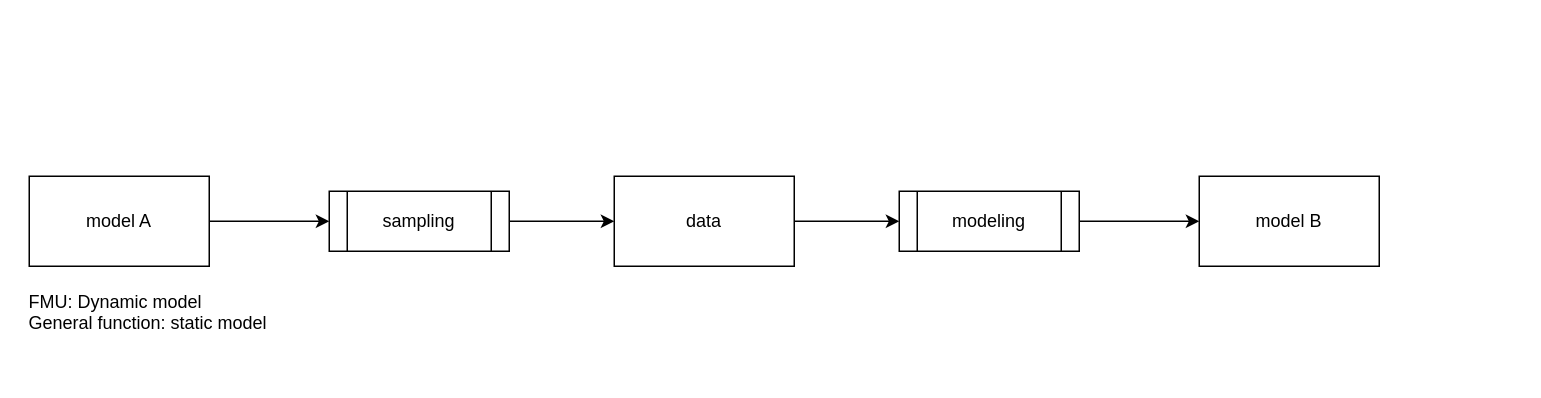
This is page "yingzi-reducer" (2 of 2) of digitaltwin.drawio from zhangjinyiyi/SmallTest, a draw.io file, before an edit. Source tidied: cells renumbered, new cells numbered last; positions are measured from the earlier drawing's top-left corner, leaving out a move shared by most shapes. Both pictures are drawn from the tidied source at 150%, with x=0, y=0 at pixel (26, 176).
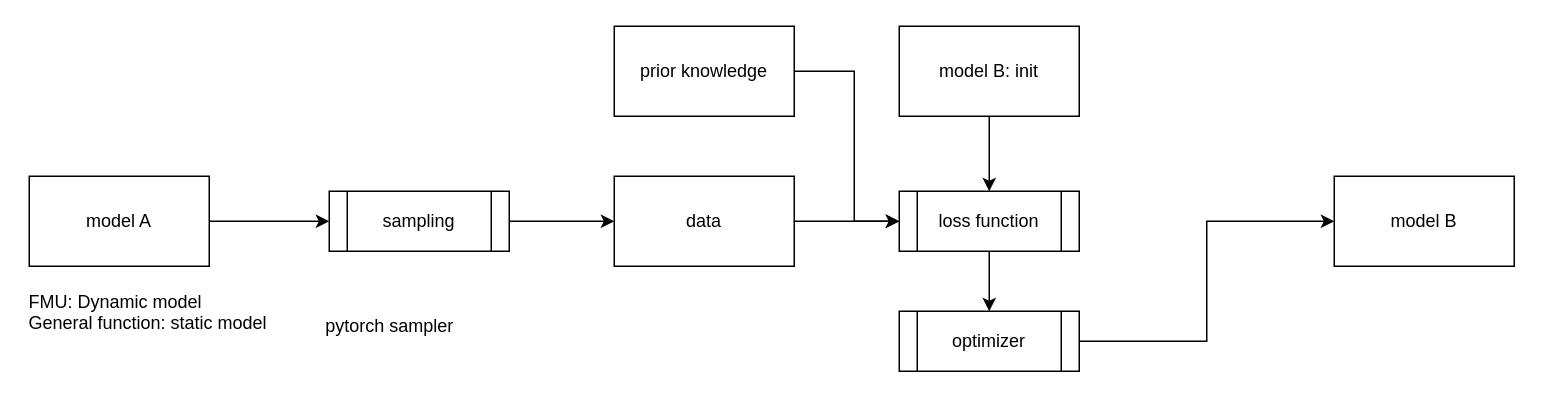
The same page after the edit.

Unchanged cells that the change refers to:
```xml
<mxCell id="5" value="data" style="rounded=0;whiteSpace=wrap;html=1;labelBackgroundColor=#FFFFFF;fontSize=12;fontColor=#000000;" parent="1" vertex="1">
  <mxGeometry x="392" width="120" height="60" as="geometry" />
</mxCell>
```

Diff of the diagram source:
```diff
@@
-    <mxCell id="4" style="edgeStyle=orthogonalEdgeStyle;rounded=0;jettySize=auto;html=1;fontSize=12;fontColor=#000000;elbow=vertical;" parent="1" edge="1" source="5" target="10">
+    <mxCell id="4" style="edgeStyle=orthogonalEdgeStyle;rounded=0;jettySize=auto;html=1;entryX=0;entryY=0.5;entryDx=0;entryDy=0;fontSize=12;fontColor=#000000;elbow=vertical;" parent="1" edge="1" source="5" target="10">
       <mxGeometry relative="1" as="geometry" />
     </mxCell>
@@
-    <mxCell id="9" style="edgeStyle=orthogonalEdgeStyle;rounded=0;jettySize=auto;html=1;fontSize=12;fontColor=#000000;elbow=vertical;" parent="1" edge="1" source="10" target="11">
-      <mxGeometry relative="1" as="geometry" />
-    </mxCell>
+    <mxCell id="12" style="edgeStyle=orthogonalEdgeStyle;rounded=0;jettySize=auto;html=1;fontSize=12;fontColor=#000000;elbow=vertical;" parent="1" edge="1" source="10" target="18">
+      <mxGeometry relative="1" as="geometry" />
+    </mxCell>
-    <mxCell id="10" value="modeling" style="shape=process;whiteSpace=wrap;html=1;backgroundOutline=1;labelBackgroundColor=#FFFFFF;fontSize=12;fontColor=#000000;" parent="1" vertex="1">
+    <mxCell id="10" value="loss function" style="shape=process;whiteSpace=wrap;html=1;backgroundOutline=1;labelBackgroundColor=#FFFFFF;fontSize=12;fontColor=#000000;" parent="1" vertex="1">
       <mxGeometry x="582" y="10" width="120" height="40" as="geometry" />
     </mxCell>
     <mxCell id="11" value="model B" style="whiteSpace=wrap;html=1;fontColor=#000000;labelBackgroundColor=#FFFFFF;" parent="1" vertex="1">
-      <mxGeometry x="782" width="120" height="60" as="geometry" />
+      <mxGeometry x="872" width="120" height="60" as="geometry" />
     </mxCell>
+    <mxCell id="13" style="edgeStyle=orthogonalEdgeStyle;rounded=0;jettySize=auto;html=1;fontSize=12;fontColor=#000000;elbow=vertical;" parent="1" edge="1" source="14" target="10">
+      <mxGeometry relative="1" as="geometry" />
+    </mxCell>
+    <mxCell id="14" value="model B: init" style="whiteSpace=wrap;html=1;fontColor=#000000;labelBackgroundColor=#FFFFFF;" parent="1" vertex="1">
+      <mxGeometry x="582" y="-100" width="120" height="60" as="geometry" />
+    </mxCell>
+    <mxCell id="15" style="edgeStyle=orthogonalEdgeStyle;rounded=0;jettySize=auto;html=1;fontSize=12;fontColor=#000000;elbow=vertical;" parent="1" edge="1" source="16" target="10">
+      <mxGeometry relative="1" as="geometry">
+        <Array as="points">
+          <mxPoint x="552" y="-70" />
+          <mxPoint x="552" y="30" />
+        </Array>
+      </mxGeometry>
+    </mxCell>
+    <mxCell id="16" value="prior knowledge" style="whiteSpace=wrap;html=1;fontColor=#000000;labelBackgroundColor=#FFFFFF;" parent="1" vertex="1">
+      <mxGeometry x="392" y="-100" width="120" height="60" as="geometry" />
+    </mxCell>
+    <mxCell id="17" style="edgeStyle=orthogonalEdgeStyle;rounded=0;jettySize=auto;html=1;entryX=0;entryY=0.5;entryDx=0;entryDy=0;fontSize=12;fontColor=#000000;elbow=vertical;" parent="1" edge="1" source="18" target="11">
+      <mxGeometry relative="1" as="geometry" />
+    </mxCell>
+    <mxCell id="18" value="optimizer" style="shape=process;whiteSpace=wrap;html=1;backgroundOutline=1;labelBackgroundColor=#FFFFFF;fontSize=12;fontColor=#000000;" parent="1" vertex="1">
+      <mxGeometry x="582" y="90" width="120" height="40" as="geometry" />
+    </mxCell>
+    <mxCell id="19" value="pytorch sampler" style="text;html=1;align=center;verticalAlign=middle;strokeColor=none;fillColor=none;fontSize=12;fontColor=#000000;" parent="1" vertex="1">
+      <mxGeometry x="192" y="90" width="100" height="20" as="geometry" />
+    </mxCell>
```
